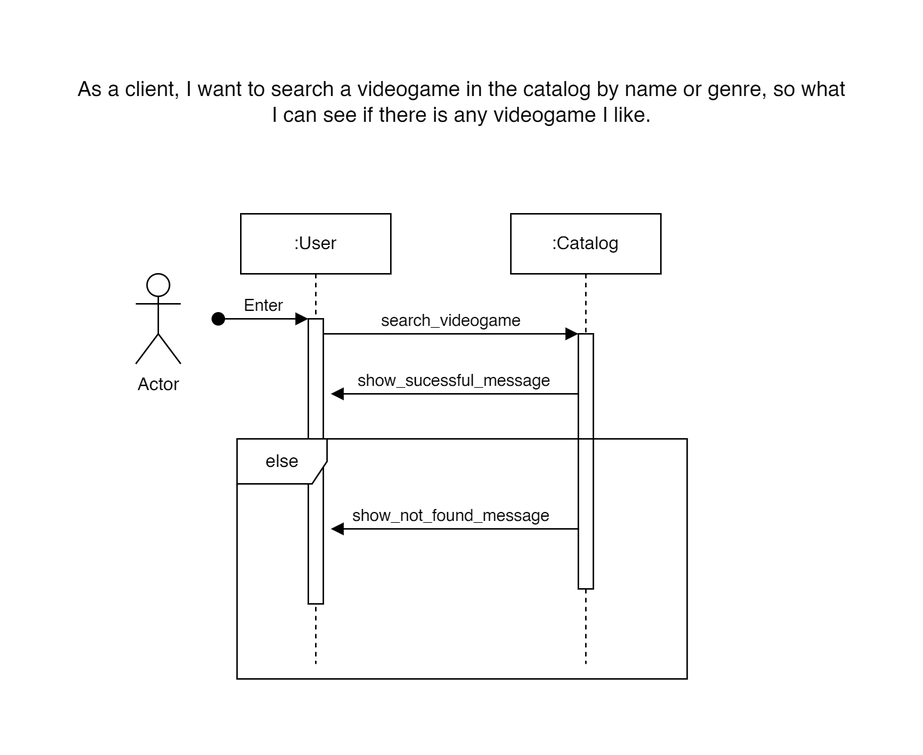
This is first_workshop/diagrams/activity_diagram6.png from anunezb18/software-modeling-1, a draw.io export, as it was before one commit. Source tidied: cells renumbered, new cells last; positions are measured from the earlier drawing's top-left corner, leaving out a move shared by most shapes. Its diagram source:
```xml
<mxGraphModel>
  <root>
    <mxCell id="0" />
    <mxCell id="1" parent="0" />
    <mxCell id="2" value=":User" style="shape=umlLifeline;perimeter=lifelinePerimeter;whiteSpace=wrap;html=1;newEdgeStyle={&quot;edgeStyle&quot;:&quot;elbowEdgeStyle&quot;,&quot;elbow&quot;:&quot;vertical&quot;,&quot;curved&quot;:0,&quot;rounded&quot;:0};" parent="1" vertex="1">
      <mxGeometry x="110" y="90" width="100" height="300" as="geometry" />
    </mxCell>
    <mxCell id="3" style="html=1;points=[];perimeter=orthogonalPerimeter;outlineConnect=0;targetShapes=umlLifeline;portConstraint=eastwest;newEdgeStyle={&quot;edgeStyle&quot;:&quot;elbowEdgeStyle&quot;,&quot;elbow&quot;:&quot;vertical&quot;,&quot;curved&quot;:0,&quot;rounded&quot;:0};" parent="2" vertex="1">
      <mxGeometry x="45" y="70" width="10" height="190" as="geometry" />
    </mxCell>
    <mxCell id="4" value="Enter" style="html=1;verticalAlign=bottom;startArrow=oval;endArrow=block;startSize=8;edgeStyle=elbowEdgeStyle;elbow=vertical;curved=0;rounded=0;" parent="2" edge="1" target="3">
      <mxGeometry relative="1" as="geometry">
        <mxPoint x="-15" y="70" as="sourcePoint" />
      </mxGeometry>
    </mxCell>
    <mxCell id="5" value=":Catalog" style="shape=umlLifeline;perimeter=lifelinePerimeter;whiteSpace=wrap;html=1;newEdgeStyle={&quot;edgeStyle&quot;:&quot;elbowEdgeStyle&quot;,&quot;elbow&quot;:&quot;vertical&quot;,&quot;curved&quot;:0,&quot;rounded&quot;:0};" parent="1" vertex="1">
      <mxGeometry x="290" y="90" width="100" height="300" as="geometry" />
    </mxCell>
    <mxCell id="6" style="html=1;points=[];perimeter=orthogonalPerimeter;outlineConnect=0;targetShapes=umlLifeline;portConstraint=eastwest;newEdgeStyle={&quot;edgeStyle&quot;:&quot;elbowEdgeStyle&quot;,&quot;elbow&quot;:&quot;vertical&quot;,&quot;curved&quot;:0,&quot;rounded&quot;:0};" parent="5" vertex="1">
      <mxGeometry x="45" y="80" width="10" height="170" as="geometry" />
    </mxCell>
    <mxCell id="7" value="search_videogame" style="html=1;verticalAlign=bottom;endArrow=block;edgeStyle=elbowEdgeStyle;elbow=vertical;curved=0;rounded=0;" parent="1" edge="1" source="3" target="6">
      <mxGeometry relative="1" as="geometry">
        <Array as="points">
          <mxPoint x="250" y="170" />
        </Array>
      </mxGeometry>
    </mxCell>
    <mxCell id="8" value="show_sucessful_message" style="html=1;verticalAlign=bottom;endArrow=block;edgeStyle=elbowEdgeStyle;elbow=vertical;curved=0;rounded=0;" parent="1" edge="1" source="6">
      <mxGeometry relative="1" as="geometry">
        <mxPoint x="170" y="210" as="targetPoint" />
        <Array as="points">
          <mxPoint x="260" y="210" />
        </Array>
      </mxGeometry>
    </mxCell>
    <mxCell id="9" value="Actor" style="shape=umlActor;verticalLabelPosition=bottom;verticalAlign=top;html=1;" parent="1" vertex="1">
      <mxGeometry x="40" y="130" width="30" height="60" as="geometry" />
    </mxCell>
    <mxCell id="10" value="&lt;font style=&quot;font-size: 14px;&quot;&gt;As a client, I want to search a videogame in the catalog by name or genre, so what I can see if there is any videogame I like.&lt;/font&gt;" style="text;html=1;align=center;verticalAlign=middle;whiteSpace=wrap;rounded=0;" parent="1" vertex="1">
      <mxGeometry width="515" height="30" as="geometry" />
    </mxCell>
    <mxCell id="11" value="else" style="shape=umlFrame;whiteSpace=wrap;html=1;" parent="1" vertex="1">
      <mxGeometry x="107.5" y="240" width="300" height="160" as="geometry" />
    </mxCell>
    <mxCell id="12" value="show_not_found_message" style="html=1;verticalAlign=bottom;endArrow=block;edgeStyle=elbowEdgeStyle;elbow=vertical;curved=0;rounded=0;" parent="1" edge="1">
      <mxGeometry x="0.03" relative="1" as="geometry">
        <mxPoint x="335" y="300" as="sourcePoint" />
        <mxPoint x="170" y="300" as="targetPoint" />
        <Array as="points">
          <mxPoint x="260" y="300" />
        </Array>
      </mxGeometry>
    </mxCell>
  </root>
</mxGraphModel>
```
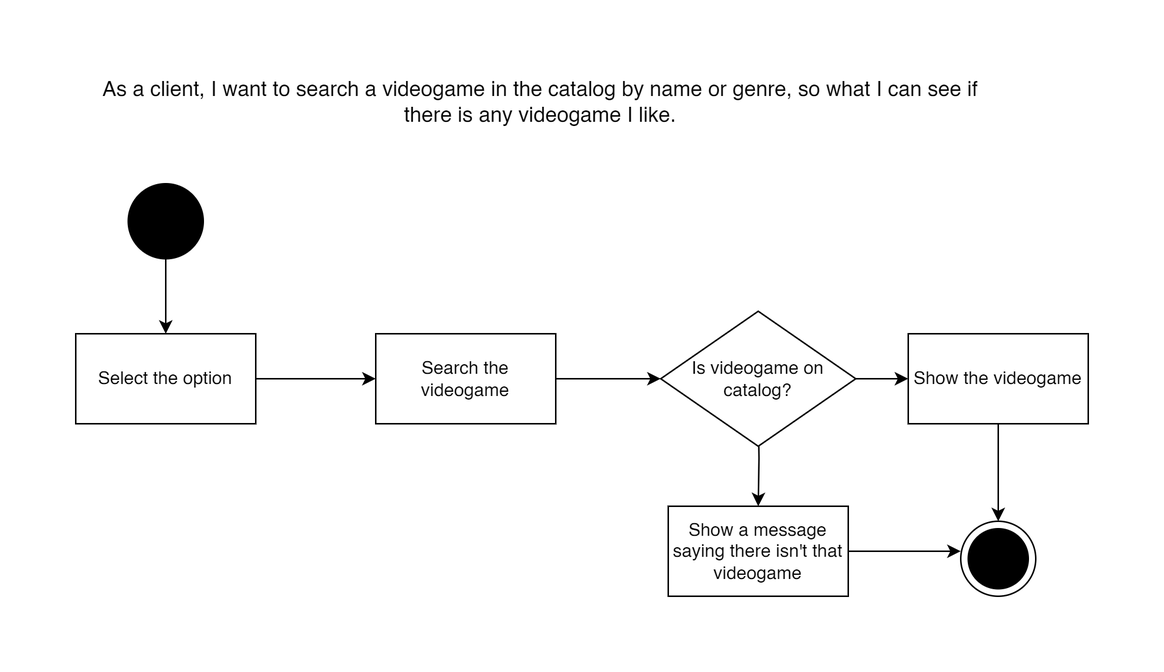
After the commit.

The edit, as a diff of the source:
```diff
@@ -2,55 +2,59 @@
   <root>
     <mxCell id="0" />
     <mxCell id="1" parent="0" />
-    <mxCell id="2" value=":User" style="shape=umlLifeline;perimeter=lifelinePerimeter;whiteSpace=wrap;html=1;newEdgeStyle={&quot;edgeStyle&quot;:&quot;elbowEdgeStyle&quot;,&quot;elbow&quot;:&quot;vertical&quot;,&quot;curved&quot;:0,&quot;rounded&quot;:0};" parent="1" vertex="1">
-      <mxGeometry x="110" y="90" width="100" height="300" as="geometry" />
-    </mxCell>
-    <mxCell id="3" style="html=1;points=[];perimeter=orthogonalPerimeter;outlineConnect=0;targetShapes=umlLifeline;portConstraint=eastwest;newEdgeStyle={&quot;edgeStyle&quot;:&quot;elbowEdgeStyle&quot;,&quot;elbow&quot;:&quot;vertical&quot;,&quot;curved&quot;:0,&quot;rounded&quot;:0};" parent="2" vertex="1">
-      <mxGeometry x="45" y="70" width="10" height="190" as="geometry" />
-    </mxCell>
-    <mxCell id="4" value="Enter" style="html=1;verticalAlign=bottom;startArrow=oval;endArrow=block;startSize=8;edgeStyle=elbowEdgeStyle;elbow=vertical;curved=0;rounded=0;" parent="2" edge="1" target="3">
-      <mxGeometry relative="1" as="geometry">
-        <mxPoint x="-15" y="70" as="sourcePoint" />
-      </mxGeometry>
-    </mxCell>
-    <mxCell id="5" value=":Catalog" style="shape=umlLifeline;perimeter=lifelinePerimeter;whiteSpace=wrap;html=1;newEdgeStyle={&quot;edgeStyle&quot;:&quot;elbowEdgeStyle&quot;,&quot;elbow&quot;:&quot;vertical&quot;,&quot;curved&quot;:0,&quot;rounded&quot;:0};" parent="1" vertex="1">
-      <mxGeometry x="290" y="90" width="100" height="300" as="geometry" />
-    </mxCell>
-    <mxCell id="6" style="html=1;points=[];perimeter=orthogonalPerimeter;outlineConnect=0;targetShapes=umlLifeline;portConstraint=eastwest;newEdgeStyle={&quot;edgeStyle&quot;:&quot;elbowEdgeStyle&quot;,&quot;elbow&quot;:&quot;vertical&quot;,&quot;curved&quot;:0,&quot;rounded&quot;:0};" parent="5" vertex="1">
-      <mxGeometry x="45" y="80" width="10" height="170" as="geometry" />
-    </mxCell>
-    <mxCell id="7" value="search_videogame" style="html=1;verticalAlign=bottom;endArrow=block;edgeStyle=elbowEdgeStyle;elbow=vertical;curved=0;rounded=0;" parent="1" edge="1" source="3" target="6">
-      <mxGeometry relative="1" as="geometry">
-        <Array as="points">
-          <mxPoint x="250" y="170" />
-        </Array>
-      </mxGeometry>
-    </mxCell>
-    <mxCell id="8" value="show_sucessful_message" style="html=1;verticalAlign=bottom;endArrow=block;edgeStyle=elbowEdgeStyle;elbow=vertical;curved=0;rounded=0;" parent="1" edge="1" source="6">
-      <mxGeometry relative="1" as="geometry">
-        <mxPoint x="170" y="210" as="targetPoint" />
-        <Array as="points">
-          <mxPoint x="260" y="210" />
-        </Array>
-      </mxGeometry>
-    </mxCell>
-    <mxCell id="9" value="Actor" style="shape=umlActor;verticalLabelPosition=bottom;verticalAlign=top;html=1;" parent="1" vertex="1">
-      <mxGeometry x="40" y="130" width="30" height="60" as="geometry" />
-    </mxCell>
     <mxCell id="10" value="&lt;font style=&quot;font-size: 14px;&quot;&gt;As a client, I want to search a videogame in the catalog by name or genre, so what I can see if there is any videogame I like.&lt;/font&gt;" style="text;html=1;align=center;verticalAlign=middle;whiteSpace=wrap;rounded=0;" parent="1" vertex="1">
-      <mxGeometry width="515" height="30" as="geometry" />
+      <mxGeometry width="620" height="30" as="geometry" />
     </mxCell>
-    <mxCell id="11" value="else" style="shape=umlFrame;whiteSpace=wrap;html=1;" parent="1" vertex="1">
-      <mxGeometry x="107.5" y="240" width="300" height="160" as="geometry" />
-    </mxCell>
-    <mxCell id="12" value="show_not_found_message" style="html=1;verticalAlign=bottom;endArrow=block;edgeStyle=elbowEdgeStyle;elbow=vertical;curved=0;rounded=0;" parent="1" edge="1">
-      <mxGeometry x="0.03" relative="1" as="geometry">
-        <mxPoint x="335" y="300" as="sourcePoint" />
-        <mxPoint x="170" y="300" as="targetPoint" />
-        <Array as="points">
-          <mxPoint x="260" y="300" />
-        </Array>
-      </mxGeometry>
-    </mxCell>
+    <mxCell id="13" style="edgeStyle=orthogonalEdgeStyle;rounded=0;jettySize=auto;html=1;entryX=0.5;entryY=0;entryDx=0;entryDy=0;" parent="1" edge="1" source="14" target="16">
+      <mxGeometry relative="1" as="geometry" />
+    </mxCell>
+    <mxCell id="14" style="ellipse;whiteSpace=wrap;html=1;fillColor=#000000;" parent="1" vertex="1">
+      <mxGeometry x="35" y="70" width="50" height="50" as="geometry" />
+    </mxCell>
+    <mxCell id="15" style="edgeStyle=orthogonalEdgeStyle;rounded=0;jettySize=auto;html=1;" parent="1" edge="1" source="16" target="18">
+      <mxGeometry relative="1" as="geometry" />
+    </mxCell>
+    <mxCell id="16" value="Select the option" style="rounded=0;whiteSpace=wrap;html=1;" parent="1" vertex="1">
+      <mxGeometry y="170" width="120" height="60" as="geometry" />
+    </mxCell>
+    <mxCell id="17" style="edgeStyle=orthogonalEdgeStyle;rounded=0;jettySize=auto;html=1;" parent="1" edge="1" source="18">
+      <mxGeometry relative="1" as="geometry">
+        <mxPoint x="390" y="200" as="targetPoint" />
+      </mxGeometry>
+    </mxCell>
+    <mxCell id="18" value="Search the videogame" style="whiteSpace=wrap;html=1;rounded=0;" parent="1" vertex="1">
+      <mxGeometry x="200" y="170" width="120" height="60" as="geometry" />
+    </mxCell>
+    <mxCell id="19" style="ellipse;whiteSpace=wrap;html=1;rounded=0;" parent="1" vertex="1">
+      <mxGeometry x="590" y="295" width="50" height="50" as="geometry" />
+    </mxCell>
+    <mxCell id="20" style="ellipse;whiteSpace=wrap;html=1;fillColor=#000000;" parent="1" vertex="1">
+      <mxGeometry x="595" y="300" width="40" height="40" as="geometry" />
+    </mxCell>
+    <mxCell id="21" style="edgeStyle=orthogonalEdgeStyle;rounded=0;jettySize=auto;html=1;" parent="1" edge="1" source="23" target="25">
+      <mxGeometry relative="1" as="geometry" />
+    </mxCell>
+    <mxCell id="22" style="edgeStyle=orthogonalEdgeStyle;rounded=0;jettySize=auto;html=1;" parent="1" edge="1" target="26">
+      <mxGeometry relative="1" as="geometry">
+        <mxPoint x="455" y="220" as="sourcePoint" />
+      </mxGeometry>
+    </mxCell>
+    <mxCell id="23" value="Is videogame on catalog?" style="rhombus;whiteSpace=wrap;html=1;" parent="1" vertex="1">
+      <mxGeometry x="390" y="155" width="130" height="90" as="geometry" />
+    </mxCell>
+    <mxCell id="24" style="edgeStyle=orthogonalEdgeStyle;rounded=0;jettySize=auto;html=1;entryX=0.5;entryY=0;entryDx=0;entryDy=0;" parent="1" edge="1" source="25" target="19">
+      <mxGeometry relative="1" as="geometry" />
+    </mxCell>
+    <mxCell id="25" value="Show the videogame" style="whiteSpace=wrap;html=1;" parent="1" vertex="1">
+      <mxGeometry x="555" y="170" width="120" height="60" as="geometry" />
+    </mxCell>
+    <mxCell id="26" value="Show a message saying there isn't that videogame" style="whiteSpace=wrap;html=1;" parent="1" vertex="1">
+      <mxGeometry x="395" y="285" width="120" height="60" as="geometry" />
+    </mxCell>
+    <mxCell id="27" style="edgeStyle=orthogonalEdgeStyle;rounded=0;jettySize=auto;html=1;" parent="1" edge="1" source="26">
+      <mxGeometry relative="1" as="geometry">
+        <mxPoint x="590" y="315" as="targetPoint" />
+      </mxGeometry>
+    </mxCell>
   </root>
 </mxGraphModel>
```
